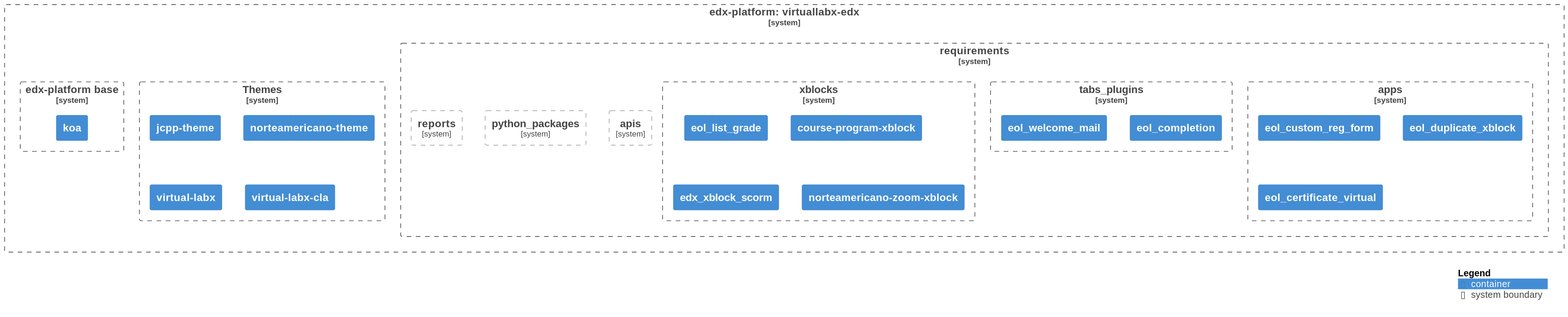
Earlier version of the PlantUML export diagrams/diagram.svg (eol-virtuallabx/virtuallabx-edx).
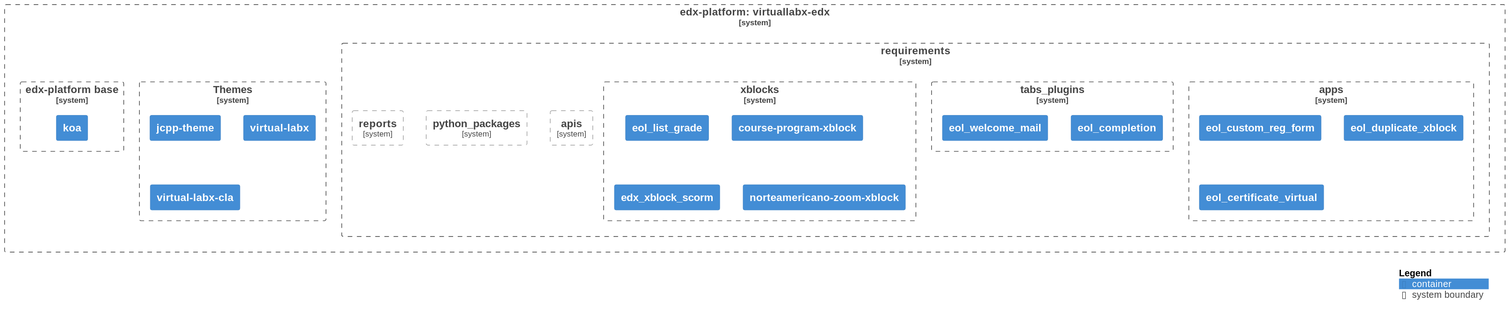
Later version of the same file.

Commit message:
chore: Auto-generate UML diagram

What changed in the source:
```diff
@@ -55,11 +55,9 @@
 
             Container(theme1, "jcpp-theme", $link="https://github.com/eol-virtuallabx/jcpp-theme.git")
 
-            Container(theme2, "norteamericano-theme", $link="https://github.com/eol-virtuallabx/norteamericano-theme.git")
+            Container(theme2, "virtual-labx", $link="https://github.com/eol-virtuallabx/virtual-labx-theme.git")
 
-            Container(theme3, "virtual-labx", $link="https://github.com/eol-virtuallabx/virtual-labx-theme.git")
-
-            Container(theme4, "virtual-labx-cla", $link="https://github.com/eol-virtuallabx/virtual-labx-cla-theme.git")
+            Container(theme3, "virtual-labx-cla", $link="https://github.com/eol-virtuallabx/virtual-labx-cla-theme.git")
 
     }
 
```
